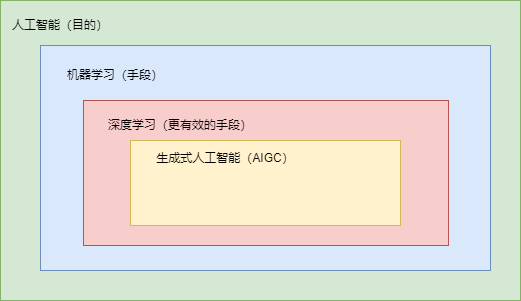
Above: static/ai/base/01_concept.drawio.png in mg0324/mg0324 (draw.io), before the change. Source tidied: cells renumbered, new cells last; positions are measured from the earlier drawing's top-left corner, leaving out a move shared by most shapes.
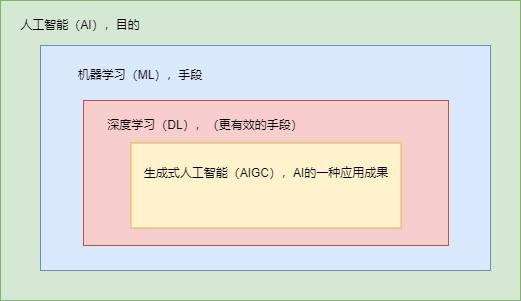
Later version of the same file.

Commit message:
``` feat(static): 更新AI基础概念图

更新了AI基础部分的概念图文件，包含最新的架构设计和流程说明。
```

The edit, as a diff of the source:
```diff
@@ -5,26 +5,26 @@
     <mxCell id="2" style="rounded=0;whiteSpace=wrap;html=1;fillColor=#d5e8d4;strokeColor=#82b366;" parent="1" vertex="1">
       <mxGeometry width="520" height="300" as="geometry" />
     </mxCell>
-    <mxCell id="3" value="人工智能（目的）" style="text;html=1;align=center;verticalAlign=middle;whiteSpace=wrap;rounded=0;" parent="1" vertex="1">
-      <mxGeometry x="10" y="10" width="100" height="30" as="geometry" />
+    <mxCell id="3" value="人工智能（AI），目的" style="text;html=1;align=center;verticalAlign=middle;whiteSpace=wrap;rounded=0;" parent="1" vertex="1">
+      <mxGeometry x="10" y="10" width="140" height="30" as="geometry" />
     </mxCell>
     <mxCell id="4" style="rounded=0;whiteSpace=wrap;html=1;fillColor=#dae8fc;strokeColor=#6c8ebf;" parent="1" vertex="1">
       <mxGeometry x="40" y="45" width="450" height="225" as="geometry" />
     </mxCell>
-    <mxCell id="5" value="机器学习（手段）" style="text;html=1;align=center;verticalAlign=middle;whiteSpace=wrap;rounded=0;" parent="1" vertex="1">
-      <mxGeometry x="60" y="60" width="110" height="30" as="geometry" />
+    <mxCell id="5" value="机器学习（ML），手段" style="text;html=1;align=center;verticalAlign=middle;whiteSpace=wrap;rounded=0;" parent="1" vertex="1">
+      <mxGeometry x="60" y="60" width="160" height="30" as="geometry" />
     </mxCell>
     <mxCell id="6" style="rounded=0;whiteSpace=wrap;html=1;fillColor=#f8cecc;strokeColor=#b85450;" parent="1" vertex="1">
       <mxGeometry x="83" y="100" width="365" height="145" as="geometry" />
     </mxCell>
-    <mxCell id="7" value="深度学习（更有效的手段）" style="text;html=1;align=center;verticalAlign=middle;whiteSpace=wrap;rounded=0;" parent="1" vertex="1">
-      <mxGeometry x="100" y="110" width="160" height="30" as="geometry" />
+    <mxCell id="7" value="深度学习（DL），（更有效的手段）" style="text;html=1;align=center;verticalAlign=middle;whiteSpace=wrap;rounded=0;" parent="1" vertex="1">
+      <mxGeometry x="100" y="110" width="210" height="30" as="geometry" />
     </mxCell>
     <mxCell id="8" style="rounded=0;whiteSpace=wrap;html=1;fillColor=#fff2cc;strokeColor=#d6b656;" parent="1" vertex="1">
-      <mxGeometry x="130" y="140" width="270" height="85" as="geometry" />
+      <mxGeometry x="130.5" y="142.5" width="270" height="85" as="geometry" />
     </mxCell>
-    <mxCell id="9" value="生成式人工智能（AIGC）" style="text;html=1;align=center;verticalAlign=middle;whiteSpace=wrap;rounded=0;" parent="1" vertex="1">
-      <mxGeometry x="140" y="142.5" width="170" height="30" as="geometry" />
+    <mxCell id="9" value="生成式人工智能（AIGC），AI的一种应用成果" style="text;html=1;align=center;verticalAlign=middle;whiteSpace=wrap;rounded=0;" parent="1" vertex="1">
+      <mxGeometry x="140.5" y="157.5" width="250" height="30" as="geometry" />
     </mxCell>
   </root>
 </mxGraphModel>
```
